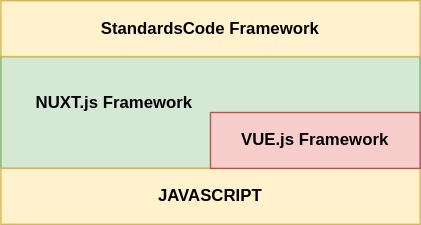
This is static/images/website-framework.svg from OpenMobileAlliance/githubpages-doc-guidelines, a draw.io export, as it was before one commit. Source tidied: cells renumbered, new cells last; positions are measured from the earlier drawing's top-left corner, leaving out a move shared by most shapes. Its diagram source:
```xml
<mxGraphModel>
  <root>
    <mxCell id="0" />
    <mxCell id="1" parent="0" />
    <mxCell id="2" value="&amp;nbsp; &amp;nbsp; &amp;nbsp; &amp;nbsp;&lt;b&gt;NUXT.js Framework&lt;br&gt;&lt;br&gt;&lt;/b&gt;" style="whiteSpace=wrap;html=1;strokeColor=#82b366;fillColor=#d5e8d4;align=left;" parent="1" vertex="1">
      <mxGeometry y="40" width="300" height="80" as="geometry" />
    </mxCell>
    <mxCell id="3" value="&lt;b&gt;JAVASCRIPT&lt;/b&gt;" style="whiteSpace=wrap;html=1;strokeColor=#d6b656;fillColor=#fff2cc;" parent="1" vertex="1">
      <mxGeometry y="120" width="300" height="40" as="geometry" />
    </mxCell>
    <mxCell id="4" value="&lt;b&gt;VUE.js Framework&lt;/b&gt;" style="whiteSpace=wrap;html=1;strokeColor=#b85450;fillColor=#f8cecc;" parent="1" vertex="1">
      <mxGeometry x="150" y="80" width="150" height="40" as="geometry" />
    </mxCell>
    <mxCell id="5" value="&lt;b&gt;StandardsCode Framework&lt;/b&gt;" style="whiteSpace=wrap;html=1;strokeColor=#d6b656;fillColor=#fff2cc;" parent="1" vertex="1">
      <mxGeometry width="300" height="40" as="geometry" />
    </mxCell>
  </root>
</mxGraphModel>
```
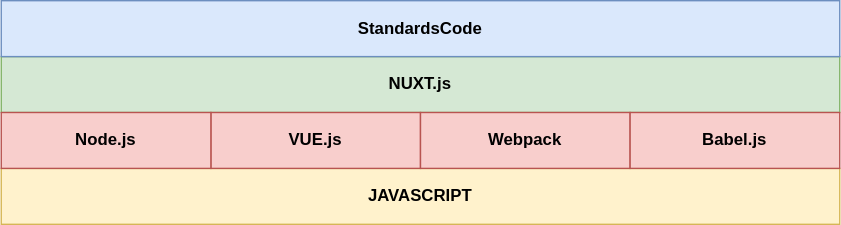
Later version of the same file.

Commit message:
rename index as home and introuduction as index and update framework image

What changed in the source:
```diff
@@ -2,17 +2,26 @@
   <root>
     <mxCell id="0" />
     <mxCell id="1" parent="0" />
-    <mxCell id="2" value="&amp;nbsp; &amp;nbsp; &amp;nbsp; &amp;nbsp;&lt;b&gt;NUXT.js Framework&lt;br&gt;&lt;br&gt;&lt;/b&gt;" style="whiteSpace=wrap;html=1;strokeColor=#82b366;fillColor=#d5e8d4;align=left;" parent="1" vertex="1">
-      <mxGeometry y="40" width="300" height="80" as="geometry" />
+    <mxCell id="2" value="&lt;div&gt;&lt;b&gt;NUXT.js&lt;/b&gt;&lt;/div&gt;" style="whiteSpace=wrap;html=1;strokeColor=#82b366;fillColor=#d5e8d4;align=center;" parent="1" vertex="1">
+      <mxGeometry y="40" width="600" height="40" as="geometry" />
     </mxCell>
     <mxCell id="3" value="&lt;b&gt;JAVASCRIPT&lt;/b&gt;" style="whiteSpace=wrap;html=1;strokeColor=#d6b656;fillColor=#fff2cc;" parent="1" vertex="1">
-      <mxGeometry y="120" width="300" height="40" as="geometry" />
+      <mxGeometry y="120" width="600" height="40" as="geometry" />
     </mxCell>
-    <mxCell id="4" value="&lt;b&gt;VUE.js Framework&lt;/b&gt;" style="whiteSpace=wrap;html=1;strokeColor=#b85450;fillColor=#f8cecc;" parent="1" vertex="1">
+    <mxCell id="4" value="&lt;b&gt;VUE.js&lt;/b&gt;" style="whiteSpace=wrap;html=1;strokeColor=#b85450;fillColor=#f8cecc;" parent="1" vertex="1">
       <mxGeometry x="150" y="80" width="150" height="40" as="geometry" />
     </mxCell>
-    <mxCell id="5" value="&lt;b&gt;StandardsCode Framework&lt;/b&gt;" style="whiteSpace=wrap;html=1;strokeColor=#d6b656;fillColor=#fff2cc;" parent="1" vertex="1">
-      <mxGeometry width="300" height="40" as="geometry" />
+    <mxCell id="5" value="&lt;b&gt;StandardsCode&lt;/b&gt;" style="whiteSpace=wrap;html=1;strokeColor=#6c8ebf;fillColor=#dae8fc;" parent="1" vertex="1">
+      <mxGeometry width="600" height="40" as="geometry" />
     </mxCell>
+    <mxCell id="6" value="&lt;b&gt;Node.js&lt;/b&gt;" style="whiteSpace=wrap;html=1;strokeColor=#b85450;fillColor=#f8cecc;" parent="1" vertex="1">
+      <mxGeometry y="80" width="150" height="40" as="geometry" />
+    </mxCell>
+    <mxCell id="7" value="&lt;b&gt;Webpack&lt;/b&gt;" style="whiteSpace=wrap;html=1;strokeColor=#b85450;fillColor=#f8cecc;" parent="1" vertex="1">
+      <mxGeometry x="300" y="80" width="150" height="40" as="geometry" />
+    </mxCell>
+    <mxCell id="8" value="&lt;b&gt;Babel.js&lt;/b&gt;" style="whiteSpace=wrap;html=1;strokeColor=#b85450;fillColor=#f8cecc;" parent="1" vertex="1">
+      <mxGeometry x="450" y="80" width="150" height="40" as="geometry" />
+    </mxCell>
   </root>
 </mxGraphModel>
```
